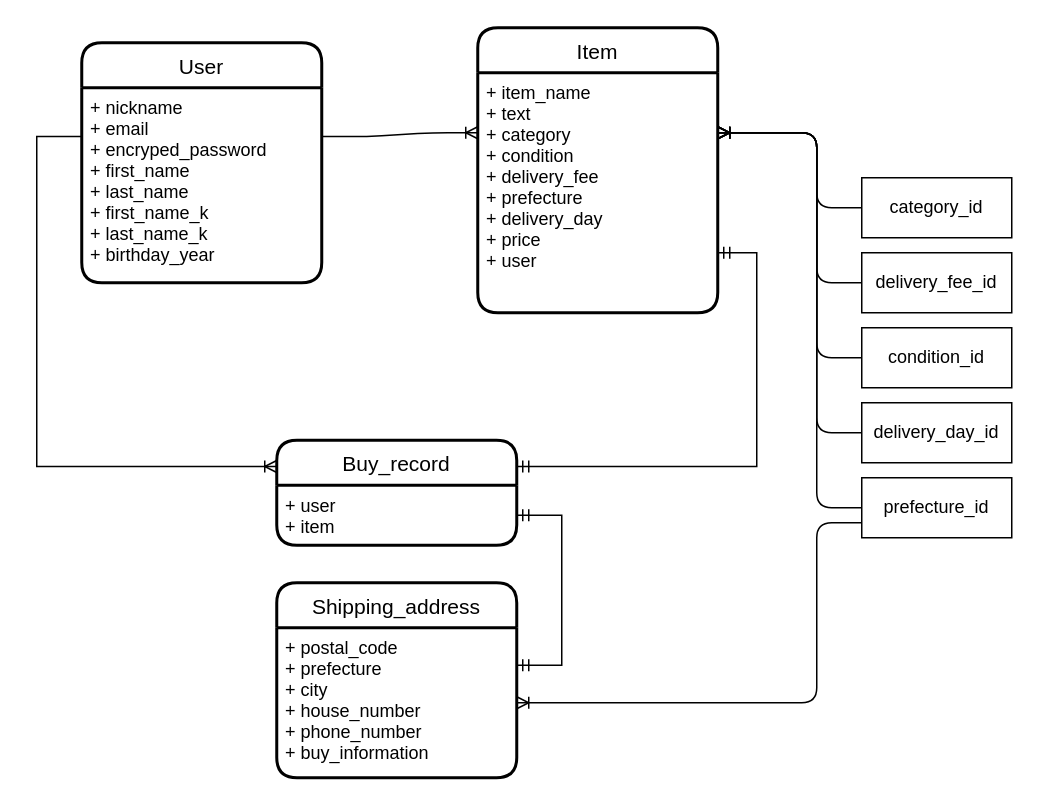
Before: furima-32477.dio in 10Ne2Cx1To426/furima-32477, a draw.io diagram. Source tidied: cells renumbered, new cells numbered last; positions are measured from the earlier drawing's top-left corner, leaving out a move shared by most shapes. Both pictures are drawn from the tidied source at 150%, with x=0, y=0 at pixel (36, 27).
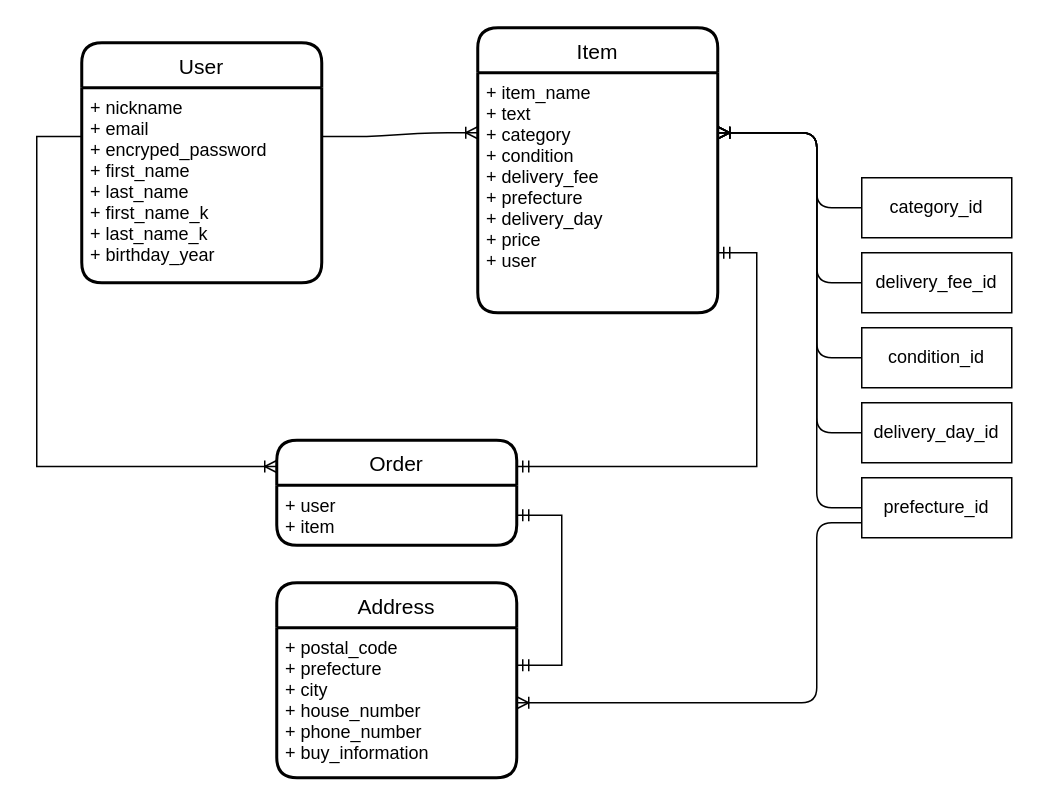
The same page after the edit.

The edit, as a diff of the source:
```diff
@@
-    <mxCell id="6" value="Buy_record" style="swimlane;horizontal=1;startSize=30;rounded=1;fontSize=14;fontStyle=0;strokeWidth=2;shadow=0;dashed=0;align=center;" parent="1" vertex="1">
+    <mxCell id="6" value="Order" style="swimlane;horizontal=1;startSize=30;rounded=1;fontSize=14;fontStyle=0;strokeWidth=2;shadow=0;dashed=0;align=center;" parent="1" vertex="1">
       <mxGeometry x="160" y="275" width="160" height="70" as="geometry" />
     </mxCell>
@@
-    <mxCell id="8" value="Shipping_address" style="swimlane;horizontal=1;startSize=30;rounded=1;fontSize=14;fontStyle=0;strokeWidth=2;shadow=0;dashed=0;align=center;" parent="1" vertex="1">
+    <mxCell id="8" value="Address" style="swimlane;horizontal=1;startSize=30;rounded=1;fontSize=14;fontStyle=0;strokeWidth=2;shadow=0;dashed=0;align=center;" parent="1" vertex="1">
       <mxGeometry x="160" y="370" width="160" height="130" as="geometry" />
     </mxCell>
```
